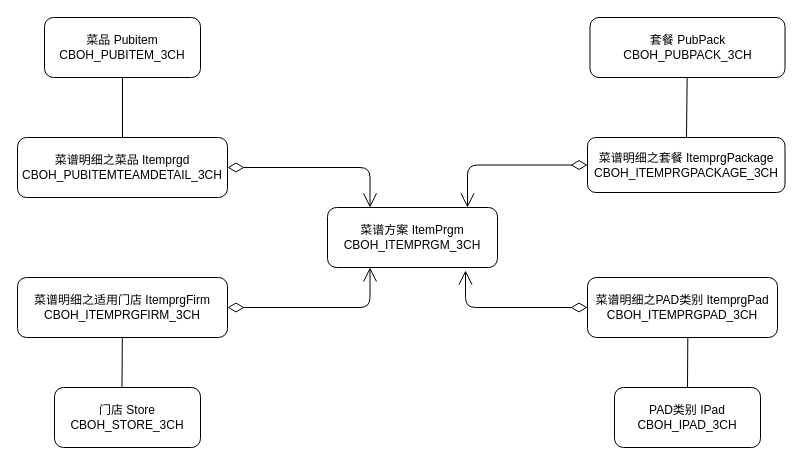
Above: 菜谱.drawio in liuchenwei2000/diagram (draw.io), before the change. Source tidied: cells renumbered, new cells numbered last; positions are measured from the earlier drawing's top-left corner, leaving out a move shared by most shapes. Both pictures are drawn from the tidied source at 100%, with x=0, y=0 at pixel (17, 17).
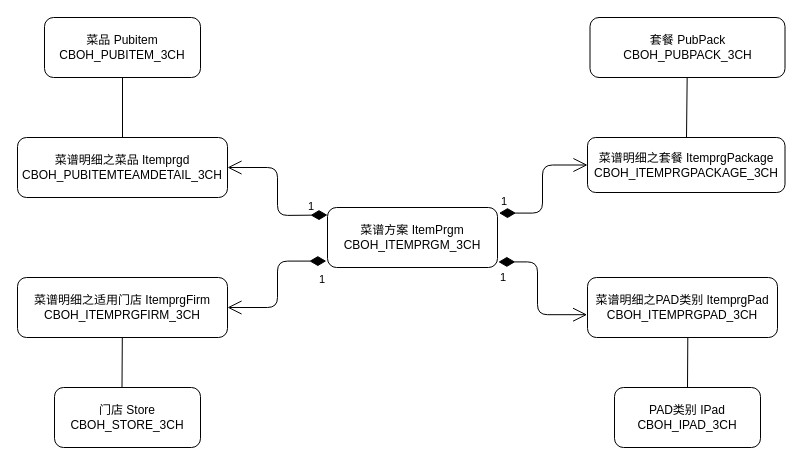
Above is the later version.

The change refers to these unchanged cells:
```xml
<mxCell id="3" value="菜谱明细之适用门店 ItemprgFirm&lt;br&gt;CBOH_ITEMPRGFIRM_3CH" style="rounded=1;whiteSpace=wrap;html=1;" parent="1" vertex="1">
  <mxGeometry y="260" width="210" height="60" as="geometry" />
</mxCell>
<mxCell id="4" value="菜谱明细之PAD类别 ItemprgPad&lt;br&gt;CBOH_ITEMPRGPAD_3CH" style="rounded=1;whiteSpace=wrap;html=1;" parent="1" vertex="1">
  <mxGeometry x="570" y="260" width="190" height="60" as="geometry" />
</mxCell>
<mxCell id="6" value="菜谱方案 ItemPrgm&lt;br&gt;CBOH_ITEMPRGM_3CH" style="rounded=1;whiteSpace=wrap;html=1;" parent="1" vertex="1">
  <mxGeometry x="310" y="190" width="170" height="60" as="geometry" />
</mxCell>
<mxCell id="8" value="菜谱明细之套餐 ItemprgPackage&lt;br&gt;CBOH_ITEMPRGPACKAGE_3CH" style="rounded=1;whiteSpace=wrap;html=1;" parent="1" vertex="1">
  <mxGeometry x="570" y="120" width="197.5" height="55" as="geometry" />
</mxCell>
<mxCell id="9" value="菜谱明细之菜品 Itemprgd&lt;br&gt;CBOH_PUBITEMTEAMDETAIL_3CH" style="rounded=1;whiteSpace=wrap;html=1;" parent="1" vertex="1">
  <mxGeometry y="120" width="210" height="60" as="geometry" />
</mxCell>
```

Change to the diagram source:
```diff
@@
-    <mxCell id="7" style="endArrow=open;html=1;endSize=12;startArrow=diamondThin;startSize=14;startFill=0;edgeStyle=orthogonalEdgeStyle;align=left;verticalAlign=bottom;exitX=1;exitY=0.5;exitDx=0;exitDy=0;entryX=0.25;entryY=0;entryDx=0;entryDy=0;" parent="1" edge="1" source="9" target="6">
-      <mxGeometry x="0.07" y="40" relative="1" as="geometry">
-        <mxPoint x="40" y="40" as="offset" />
-      </mxGeometry>
-    </mxCell>
@@
-    <mxCell id="13" style="endArrow=open;html=1;endSize=12;startArrow=diamondThin;startSize=14;startFill=0;edgeStyle=orthogonalEdgeStyle;align=left;verticalAlign=bottom;exitX=1;exitY=0.5;exitDx=0;exitDy=0;entryX=0.25;entryY=1;entryDx=0;entryDy=0;" parent="1" edge="1" source="3" target="6">
-      <mxGeometry x="0.07" y="40" relative="1" as="geometry">
-        <Array as="points">
-          <mxPoint x="353" y="290" />
-        </Array>
-        <mxPoint x="40" y="40" as="offset" />
-      </mxGeometry>
-    </mxCell>
-    <mxCell id="14" style="endArrow=open;html=1;endSize=12;startArrow=diamondThin;startSize=14;startFill=0;edgeStyle=orthogonalEdgeStyle;align=left;verticalAlign=bottom;exitX=0;exitY=0.5;exitDx=0;exitDy=0;" parent="1" edge="1" source="8" target="6">
-      <mxGeometry x="0.07" y="40" relative="1" as="geometry">
-        <Array as="points">
-          <mxPoint x="450" y="148" />
-        </Array>
-        <mxPoint x="40" y="40" as="offset" />
-      </mxGeometry>
-    </mxCell>
-    <mxCell id="15" style="endArrow=open;html=1;endSize=12;startArrow=diamondThin;startSize=14;startFill=0;edgeStyle=orthogonalEdgeStyle;align=left;verticalAlign=bottom;exitX=0;exitY=0.5;exitDx=0;exitDy=0;" parent="1" edge="1">
-      <mxGeometry x="0.07" y="40" relative="1" as="geometry">
-        <mxPoint x="570" y="290" as="sourcePoint" />
-        <mxPoint x="448" y="253" as="targetPoint" />
-        <Array as="points">
-          <mxPoint x="448" y="290" />
-        </Array>
-        <mxPoint x="40" y="40" as="offset" />
-      </mxGeometry>
-    </mxCell>
@@
+    <mxCell id="19" value="1" style="endArrow=open;html=1;endSize=12;startArrow=diamondThin;startSize=14;startFill=1;edgeStyle=orthogonalEdgeStyle;align=left;verticalAlign=bottom;exitX=-0.007;exitY=0.893;exitDx=0;exitDy=0;exitPerimeter=0;entryX=1;entryY=0.5;entryDx=0;entryDy=0;" parent="1" edge="1" source="6" target="3">
+      <mxGeometry x="0.04" y="40" relative="1" as="geometry" />
+    </mxCell>
+    <mxCell id="20" value="1" style="endArrow=open;html=1;endSize=12;startArrow=diamondThin;startSize=14;startFill=1;edgeStyle=orthogonalEdgeStyle;align=left;verticalAlign=bottom;entryX=-0.002;entryY=0.62;entryDx=0;entryDy=0;entryPerimeter=0;exitX=1.005;exitY=0.907;exitDx=0;exitDy=0;exitPerimeter=0;" parent="1" edge="1" source="6" target="4">
+      <mxGeometry x="-0.09" y="-39" relative="1" as="geometry">
+        <Array as="points">
+          <mxPoint x="520" y="244" />
+          <mxPoint x="520" y="297" />
+        </Array>
+      </mxGeometry>
+    </mxCell>
+    <mxCell id="21" value="1" style="endArrow=open;html=1;endSize=12;startArrow=diamondThin;startSize=14;startFill=1;edgeStyle=orthogonalEdgeStyle;align=left;verticalAlign=bottom;entryX=1;entryY=0.5;entryDx=0;entryDy=0;" parent="1" edge="1" target="9">
+      <mxGeometry x="-0.71" relative="1" as="geometry">
+        <mxPoint x="310" y="197.5" as="sourcePoint" />
+      </mxGeometry>
+    </mxCell>
+    <mxCell id="22" value="1" style="endArrow=open;html=1;endSize=12;startArrow=diamondThin;startSize=14;startFill=1;edgeStyle=orthogonalEdgeStyle;align=left;verticalAlign=bottom;exitX=1.009;exitY=0.093;exitDx=0;exitDy=0;exitPerimeter=0;entryX=0;entryY=0.5;entryDx=0;entryDy=0;" parent="1" edge="1" source="6" target="8">
+      <mxGeometry x="-1" y="3" relative="1" as="geometry" />
+    </mxCell>
```
